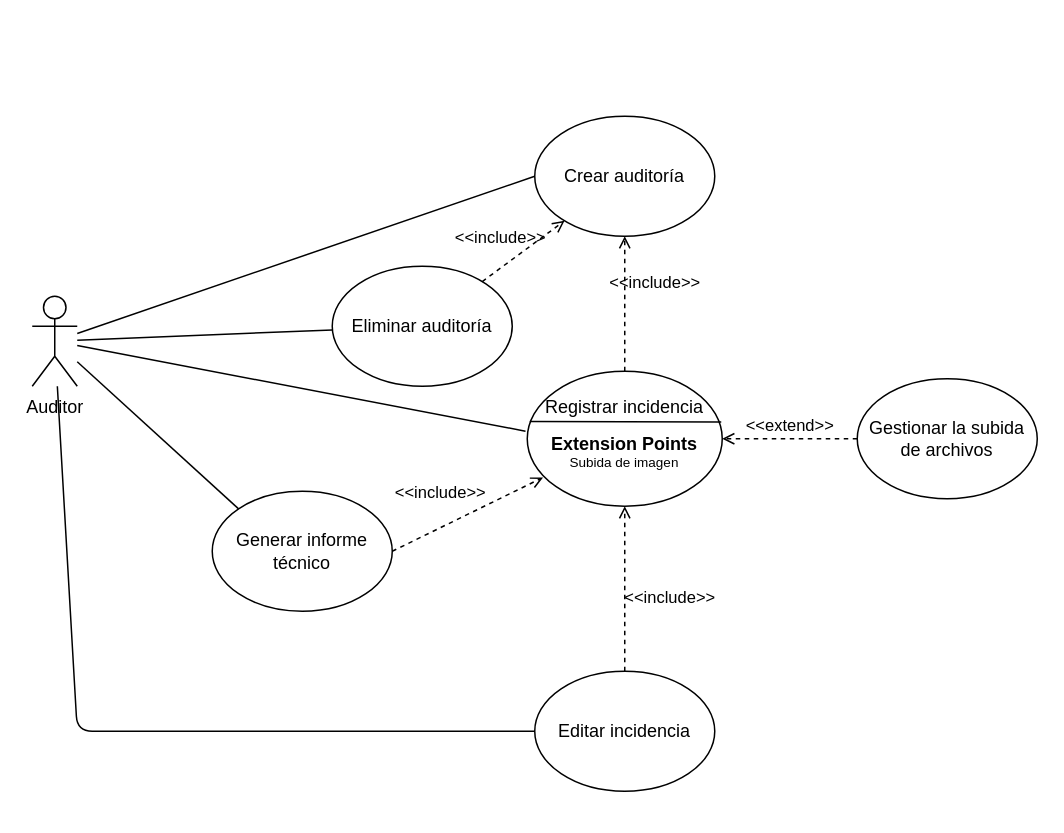
Before: page "Gestión de auditorías" (2 of 3) of useCases.drawio in Carrivax/diagrams, a draw.io diagram. Source tidied: cells renumbered, new cells numbered last; positions are measured from the earlier drawing's top-left corner, leaving out a move shared by most shapes. Both pictures are drawn from the tidied source at 150%, with x=0, y=0 at pixel (32, 116).
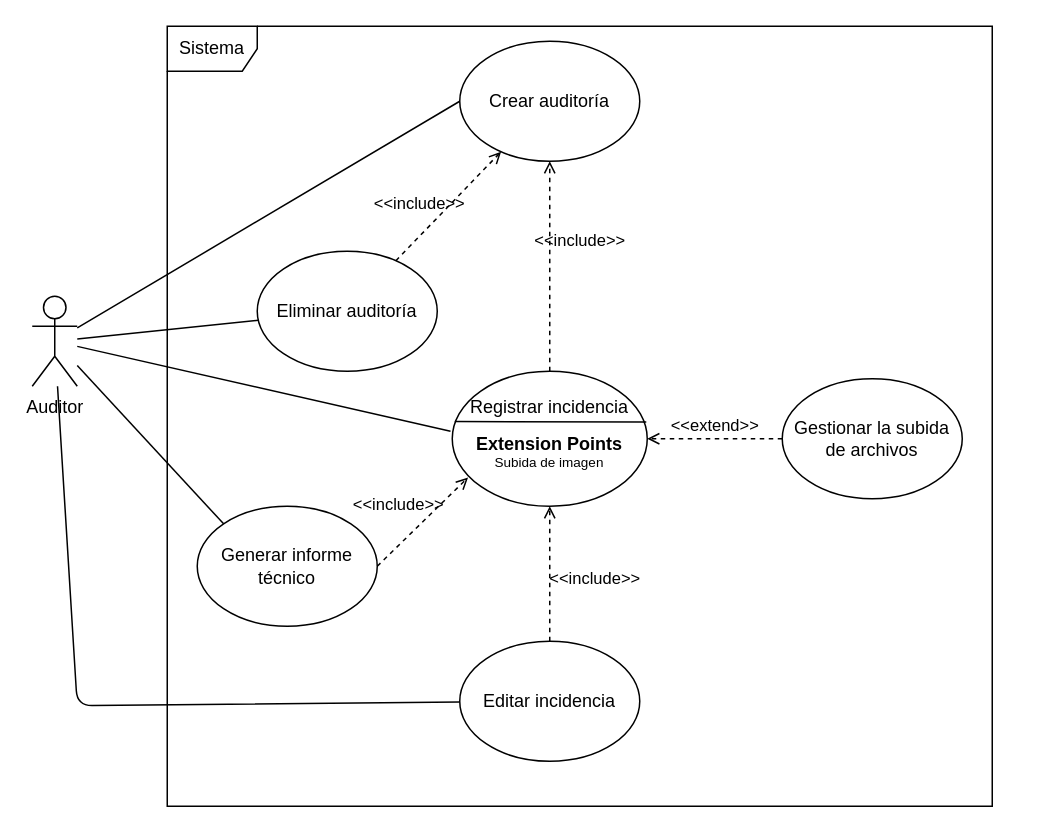
The same page after the edit.

Unchanged cells that the change refers to:
```xml
<mxCell id="2" value="&lt;div&gt;Auditor&lt;/div&gt;&lt;div&gt;&lt;br&gt;&lt;/div&gt;" style="shape=umlActor;verticalLabelPosition=bottom;verticalAlign=top;html=1;outlineConnect=0;" parent="1" vertex="1">
  <mxGeometry y="120" width="30" height="60" as="geometry" />
</mxCell>
```

Change to the diagram source:
```diff
@@
+    <mxCell id="22" value="Sistema" style="shape=umlFrame;whiteSpace=wrap;html=1;" parent="1" vertex="1">
+      <mxGeometry x="90" y="-60" width="550" height="520" as="geometry" />
+    </mxCell>
@@
     <mxCell id="3" value="Crear auditoría" style="ellipse;whiteSpace=wrap;html=1;" parent="1" vertex="1">
-      <mxGeometry x="335" width="120" height="80" as="geometry" />
+      <mxGeometry x="285" y="-50" width="120" height="80" as="geometry" />
     </mxCell>
@@
     <mxCell id="5" value="&lt;div&gt;Editar incidencia&lt;/div&gt;" style="ellipse;whiteSpace=wrap;html=1;" parent="1" vertex="1">
-      <mxGeometry x="335" y="370" width="120" height="80" as="geometry" />
+      <mxGeometry x="285" y="350" width="120" height="80" as="geometry" />
     </mxCell>
@@
     <mxCell id="7" style="endArrow=none;html=1;" parent="1" edge="1" source="2" target="5">
       <mxGeometry relative="1" as="geometry">
         <Array as="points">
-          <mxPoint x="30" y="410" />
+          <mxPoint x="30" y="393" />
         </Array>
       </mxGeometry>
     </mxCell>
     <mxCell id="8" value="Eliminar auditoría" style="ellipse;whiteSpace=wrap;html=1;" parent="1" vertex="1">
-      <mxGeometry x="200" y="100" width="120" height="80" as="geometry" />
+      <mxGeometry x="150" y="90" width="120" height="80" as="geometry" />
     </mxCell>
@@
     <mxCell id="13" value="Gestionar la subida de archivos" style="ellipse;whiteSpace=wrap;html=1;" parent="1" vertex="1">
-      <mxGeometry x="550" y="175" width="120" height="80" as="geometry" />
+      <mxGeometry x="500" y="175" width="120" height="80" as="geometry" />
     </mxCell>
@@
     <mxCell id="15" style="group;" parent="1" vertex="1">
-      <mxGeometry x="330" y="180" width="130" height="80" as="geometry" />
+      <mxGeometry x="280" y="180" width="130" height="80" as="geometry" />
     </mxCell>
@@
     <mxCell id="19" value="Generar informe técnico" style="ellipse;whiteSpace=wrap;html=1;" parent="1" vertex="1">
-      <mxGeometry x="120" y="250" width="120" height="80" as="geometry" />
+      <mxGeometry x="110" y="260" width="120" height="80" as="geometry" />
     </mxCell>
```
